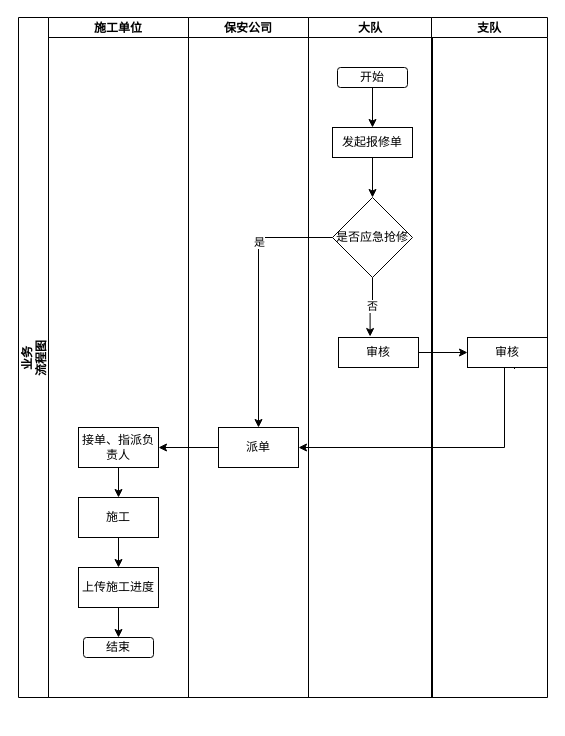
Before: 未命名绘图3333.drawio in huyongchao98/dapp, a draw.io diagram. Source tidied: cells renumbered, new cells numbered last; positions are measured from the earlier drawing's top-left corner, leaving out a move shared by most shapes. Both pictures are drawn from the tidied source at 100%, with x=0, y=0 at pixel (18, 17).
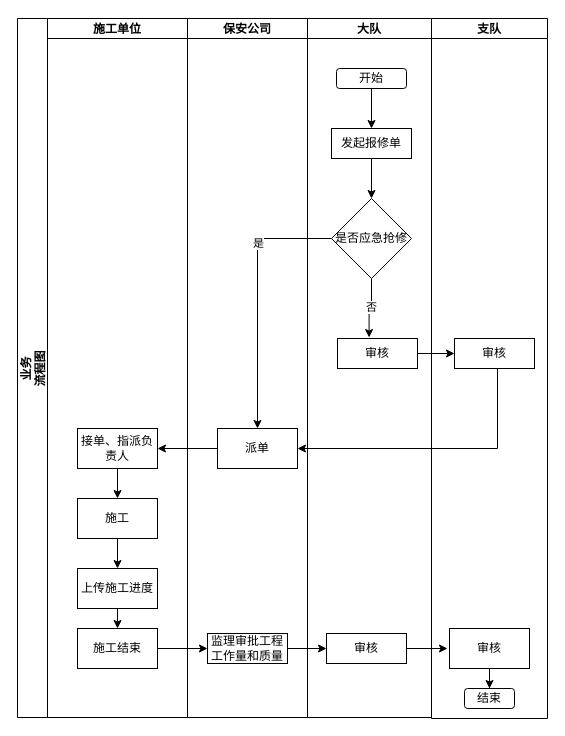
After the change.

Commit message:
更新未命名绘图3333.drawio

Unchanged cells that the change refers to:
```xml
<mxCell id="9" value="上传施工进度" style="rounded=0;whiteSpace=wrap;html=1;" parent="3" vertex="1">
  <mxGeometry x="30" y="550" width="80" height="40" as="geometry" />
</mxCell>
<mxCell id="12" value="派单" style="rounded=0;whiteSpace=wrap;html=1;" parent="11" vertex="1">
  <mxGeometry x="30" y="410" width="80" height="40" as="geometry" />
</mxCell>
<mxCell id="18" value="审核" style="rounded=0;whiteSpace=wrap;html=1;" parent="13" vertex="1">
  <mxGeometry x="30" y="320" width="80" height="30" as="geometry" />
</mxCell>
```

Change to the diagram source:
```diff
@@
     <mxCell id="2" value="业务&#10;流程图" style="swimlane;startSize=30;horizontal=0;" parent="1" vertex="1">
-      <mxGeometry width="414" height="680" as="geometry" />
+      <mxGeometry x="-1" y="1" width="414" height="699" as="geometry" />
     </mxCell>
     <mxCell id="3" value="施工单位" style="swimlane;startSize=20;" parent="2" vertex="1">
-      <mxGeometry x="30" width="140" height="680" as="geometry" />
+      <mxGeometry x="30" width="140" height="699" as="geometry" />
     </mxCell>
@@
-    <mxCell id="8" style="edgeStyle=orthogonalEdgeStyle;rounded=0;jettySize=auto;html=1;exitX=0.5;exitY=1;exitDx=0;exitDy=0;entryX=0.5;entryY=0;entryDx=0;entryDy=0;" parent="3" edge="1" source="9" target="10">
-      <mxGeometry relative="1" as="geometry" />
-    </mxCell>
+    <mxCell id="29" style="edgeStyle=orthogonalEdgeStyle;rounded=0;jettySize=auto;html=1;exitX=0.5;exitY=1;exitDx=0;exitDy=0;entryX=0.5;entryY=0;entryDx=0;entryDy=0;" parent="3" edge="1" source="9" target="30">
+      <mxGeometry relative="1" as="geometry" />
+    </mxCell>
@@
-    <mxCell id="10" value="结束" style="rounded=1;whiteSpace=wrap;html=1;" parent="3" vertex="1">
-      <mxGeometry x="35" y="620" width="70" height="20" as="geometry" />
-    </mxCell>
+    <mxCell id="30" value="施工结束" style="rounded=0;whiteSpace=wrap;html=1;" parent="3" vertex="1">
+      <mxGeometry x="30" y="610" width="80" height="40" as="geometry" />
+    </mxCell>
     <mxCell id="11" value="保安公司" style="swimlane;startSize=20;" parent="2" vertex="1">
-      <mxGeometry x="170" width="120" height="680" as="geometry" />
+      <mxGeometry x="170" width="120" height="699" as="geometry" />
     </mxCell>
@@
+    <mxCell id="31" value="监理审批工程工作量和质量" style="rounded=0;whiteSpace=wrap;html=1;" parent="11" vertex="1">
+      <mxGeometry x="20" y="615" width="80" height="30" as="geometry" />
+    </mxCell>
     <mxCell id="13" value="大队" style="swimlane;startSize=20;" parent="2" vertex="1">
-      <mxGeometry x="290" width="124" height="680" as="geometry" />
+      <mxGeometry x="290" width="124" height="699" as="geometry" />
     </mxCell>
@@
+    <mxCell id="32" style="edgeStyle=orthogonalEdgeStyle;rounded=0;jettySize=auto;html=1;exitX=1;exitY=0.5;exitDx=0;exitDy=0;" parent="13" edge="1" source="33">
+      <mxGeometry relative="1" as="geometry">
+        <mxPoint x="140" y="630" as="targetPoint" />
+      </mxGeometry>
+    </mxCell>
+    <mxCell id="33" value="审核" style="rounded=0;whiteSpace=wrap;html=1;" parent="13" vertex="1">
+      <mxGeometry x="19" y="615" width="80" height="30" as="geometry" />
+    </mxCell>
@@
+    <mxCell id="34" style="edgeStyle=orthogonalEdgeStyle;rounded=0;jettySize=auto;html=1;entryX=0;entryY=0.5;entryDx=0;entryDy=0;" parent="2" edge="1" source="30" target="31">
+      <mxGeometry relative="1" as="geometry" />
+    </mxCell>
+    <mxCell id="35" style="edgeStyle=orthogonalEdgeStyle;rounded=0;jettySize=auto;html=1;exitX=1;exitY=0.5;exitDx=0;exitDy=0;entryX=0;entryY=0.5;entryDx=0;entryDy=0;" parent="2" edge="1" source="31" target="33">
+      <mxGeometry relative="1" as="geometry" />
+    </mxCell>
     <mxCell id="25" value="支队" style="swimlane;startSize=20;" parent="1" vertex="1">
-      <mxGeometry x="413" width="116" height="680" as="geometry" />
+      <mxGeometry x="413" y="1" width="116" height="700" as="geometry" />
     </mxCell>
     <mxCell id="26" value="审核" style="rounded=0;whiteSpace=wrap;html=1;" parent="25" vertex="1">
-      <mxGeometry x="36" y="320" width="80" height="30" as="geometry" />
+      <mxGeometry x="23" y="320" width="80" height="30" as="geometry" />
     </mxCell>
+    <mxCell id="36" style="edgeStyle=orthogonalEdgeStyle;rounded=0;jettySize=auto;html=1;entryX=0.5;entryY=0;entryDx=0;entryDy=0;" parent="25" edge="1" source="37" target="10">
+      <mxGeometry relative="1" as="geometry" />
+    </mxCell>
+    <mxCell id="37" value="审核" style="rounded=0;whiteSpace=wrap;html=1;" parent="25" vertex="1">
+      <mxGeometry x="18" y="610" width="80" height="40" as="geometry" />
+    </mxCell>
+    <mxCell id="10" value="结束" style="rounded=1;whiteSpace=wrap;html=1;" parent="25" vertex="1">
+      <mxGeometry x="33" y="670" width="50" height="20" as="geometry" />
+    </mxCell>
+    <mxCell id="28" style="edgeStyle=orthogonalEdgeStyle;rounded=0;jettySize=auto;html=1;entryX=0;entryY=0.5;entryDx=0;entryDy=0;" parent="1" edge="1" source="18" target="26">
+      <mxGeometry relative="1" as="geometry" />
+    </mxCell>
-    <mxCell id="27" style="edgeStyle=orthogonalEdgeStyle;rounded=0;jettySize=auto;html=1;entryX=1;entryY=0.5;entryDx=0;entryDy=0;exitX=0.588;exitY=1.05;exitDx=0;exitDy=0;exitPerimeter=0;" parent="1" edge="1" source="26" target="12">
+    <mxCell id="27" style="edgeStyle=orthogonalEdgeStyle;rounded=0;jettySize=auto;html=1;entryX=1;entryY=0.5;entryDx=0;entryDy=0;" parent="1" edge="1" source="26" target="12">
       <mxGeometry relative="1" as="geometry">
         <Array as="points">
-          <mxPoint x="486" y="350" />
+          <mxPoint x="479" y="431" />
         </Array>
       </mxGeometry>
     </mxCell>
-    <mxCell id="28" style="edgeStyle=orthogonalEdgeStyle;rounded=0;jettySize=auto;html=1;entryX=0;entryY=0.5;entryDx=0;entryDy=0;" parent="1" edge="1" source="18" target="26">
-      <mxGeometry relative="1" as="geometry" />
-    </mxCell>
```
